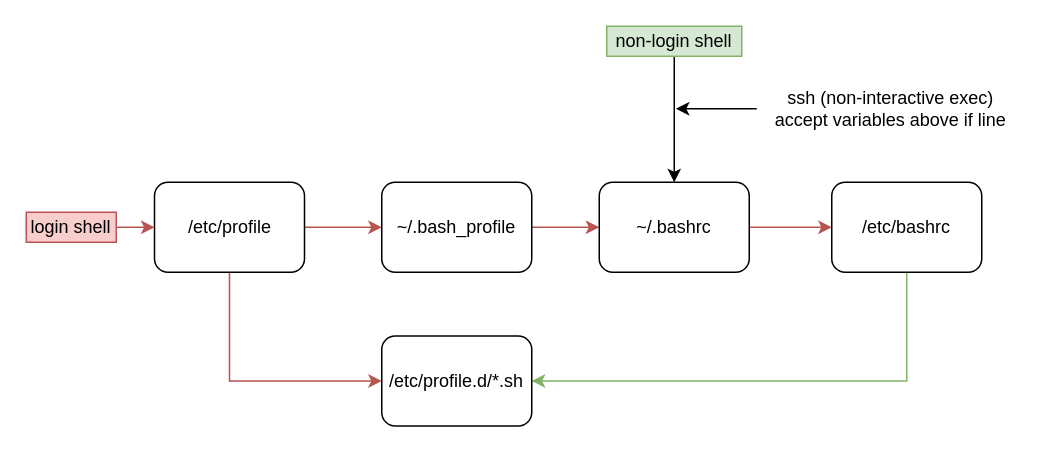
The draw.io diagram Linux configuration.drawio in Albert-W/Draw_io, before the edit. Source tidied: cells renumbered, new cells numbered last; positions are measured from the earlier drawing's top-left corner, leaving out a move shared by most shapes. Both pictures are drawn from the tidied source at 150%, with x=0, y=0 at pixel (26, 26).
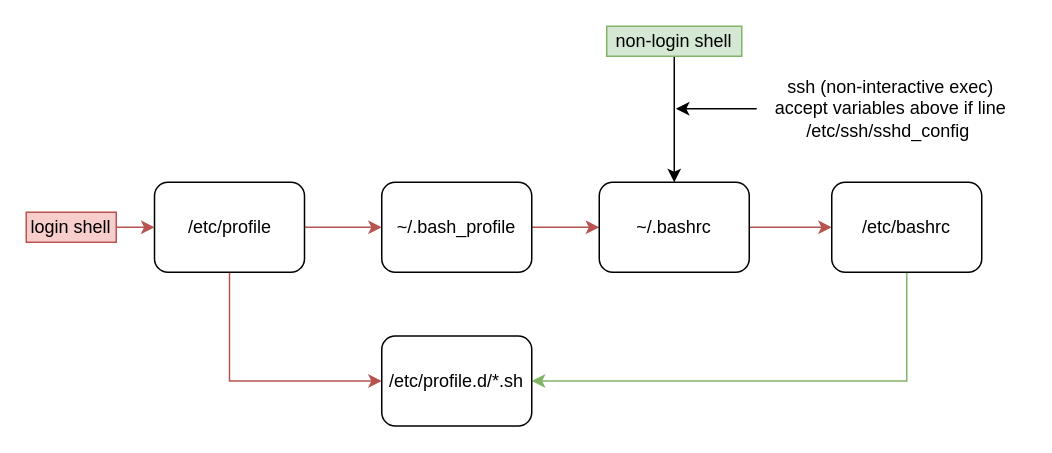
The same diagram, later.

Diff of the diagram source:
```diff
@@
 <mxGraphModel>
   <root>
     <mxCell id="0" />
     <mxCell id="1" parent="0" />
     <mxCell id="2" style="edgeStyle=orthogonalEdgeStyle;rounded=0;jettySize=auto;html=1;exitX=0.5;exitY=1;exitDx=0;exitDy=0;entryX=0;entryY=0.5;entryDx=0;entryDy=0;fillColor=#f8cecc;strokeColor=#b85450;" parent="1" edge="1" source="4" target="11">
       <mxGeometry relative="1" as="geometry">
         <Array as="points">
           <mxPoint x="136" y="237" />
         </Array>
       </mxGeometry>
     </mxCell>
     <mxCell id="3" style="edgeStyle=orthogonalEdgeStyle;rounded=0;jettySize=auto;html=1;fillColor=#f8cecc;strokeColor=#b85450;" parent="1" edge="1" source="4" target="6">
       <mxGeometry relative="1" as="geometry" />
     </mxCell>
     <mxCell id="4" value="/etc/profile" style="rounded=1;whiteSpace=wrap;html=1;" parent="1" vertex="1">
       <mxGeometry x="85.5" y="104" width="100" height="60" as="geometry" />
     </mxCell>
     <mxCell id="5" style="edgeStyle=orthogonalEdgeStyle;rounded=0;jettySize=auto;html=1;fillColor=#f8cecc;strokeColor=#b85450;" parent="1" edge="1" source="6" target="8">
       <mxGeometry relative="1" as="geometry" />
     </mxCell>
     <mxCell id="6" value="~/.bash_profile" style="rounded=1;whiteSpace=wrap;html=1;" parent="1" vertex="1">
       <mxGeometry x="237" y="104" width="100" height="60" as="geometry" />
     </mxCell>
     <mxCell id="7" style="edgeStyle=orthogonalEdgeStyle;rounded=0;jettySize=auto;html=1;fillColor=#f8cecc;strokeColor=#b85450;" parent="1" edge="1" source="8" target="10">
       <mxGeometry relative="1" as="geometry" />
     </mxCell>
     <mxCell id="8" value="~/.bashrc" style="rounded=1;whiteSpace=wrap;html=1;" parent="1" vertex="1">
       <mxGeometry x="382" y="104" width="100" height="60" as="geometry" />
     </mxCell>
     <mxCell id="9" style="edgeStyle=orthogonalEdgeStyle;rounded=0;jettySize=auto;html=1;exitX=0.5;exitY=1;exitDx=0;exitDy=0;entryX=1;entryY=0.5;entryDx=0;entryDy=0;fillColor=#d5e8d4;strokeColor=#82b366;" parent="1" edge="1" source="10" target="11">
       <mxGeometry relative="1" as="geometry" />
     </mxCell>
     <mxCell id="10" value="/etc/bashrc" style="rounded=1;whiteSpace=wrap;html=1;" parent="1" vertex="1">
       <mxGeometry x="537" y="104" width="100" height="60" as="geometry" />
     </mxCell>
     <mxCell id="11" value="/etc/profile.d/*.sh" style="rounded=1;whiteSpace=wrap;html=1;" parent="1" vertex="1">
       <mxGeometry x="237" y="206.5" width="100" height="60" as="geometry" />
     </mxCell>
     <mxCell id="12" style="endArrow=classic;html=1;entryX=0;entryY=0.5;entryDx=0;entryDy=0;fillColor=#f8cecc;strokeColor=#b85450;" parent="1" edge="1" source="15" target="4">
       <mxGeometry relative="1" as="geometry" />
     </mxCell>
     <mxCell id="13" style="edgeStyle=orthogonalEdgeStyle;rounded=0;jettySize=auto;html=1;exitX=0.5;exitY=1;exitDx=0;exitDy=0;entryX=0.5;entryY=0;entryDx=0;entryDy=0;" parent="1" edge="1" source="14" target="8">
       <mxGeometry relative="1" as="geometry" />
     </mxCell>
     <mxCell id="14" value="non-login shell" style="text;html=1;strokeColor=#82b366;fillColor=#d5e8d4;align=center;verticalAlign=middle;whiteSpace=wrap;rounded=0;" parent="1" vertex="1">
       <mxGeometry x="387" width="90" height="20" as="geometry" />
     </mxCell>
     <mxCell id="15" value="login shell" style="text;html=1;strokeColor=#b85450;fillColor=#f8cecc;align=center;verticalAlign=middle;whiteSpace=wrap;rounded=0;" parent="1" vertex="1">
       <mxGeometry y="124" width="60" height="20" as="geometry" />
     </mxCell>
     <mxCell id="16" style="edgeStyle=orthogonalEdgeStyle;rounded=0;jettySize=auto;html=1;exitX=0;exitY=0.5;exitDx=0;exitDy=0;" parent="1" edge="1" source="17">
       <mxGeometry relative="1" as="geometry">
         <mxPoint x="433.1" y="55" as="targetPoint" />
       </mxGeometry>
     </mxCell>
-    <mxCell id="17" value="ssh (non-interactive exec)&lt;br&gt;accept variables above if line" style="text;html=1;strokeColor=none;fillColor=none;align=center;verticalAlign=middle;whiteSpace=wrap;rounded=0;" parent="1" vertex="1">
+    <mxCell id="17" value="ssh (non-interactive exec)&lt;br&gt;accept variables above if line&lt;br&gt;/etc/ssh/sshd_config&amp;nbsp;" style="text;html=1;strokeColor=none;fillColor=none;align=center;verticalAlign=middle;whiteSpace=wrap;rounded=0;" parent="1" vertex="1">
       <mxGeometry x="487" y="45" width="179" height="20" as="geometry" />
     </mxCell>
   </root>
 </mxGraphModel>
```
